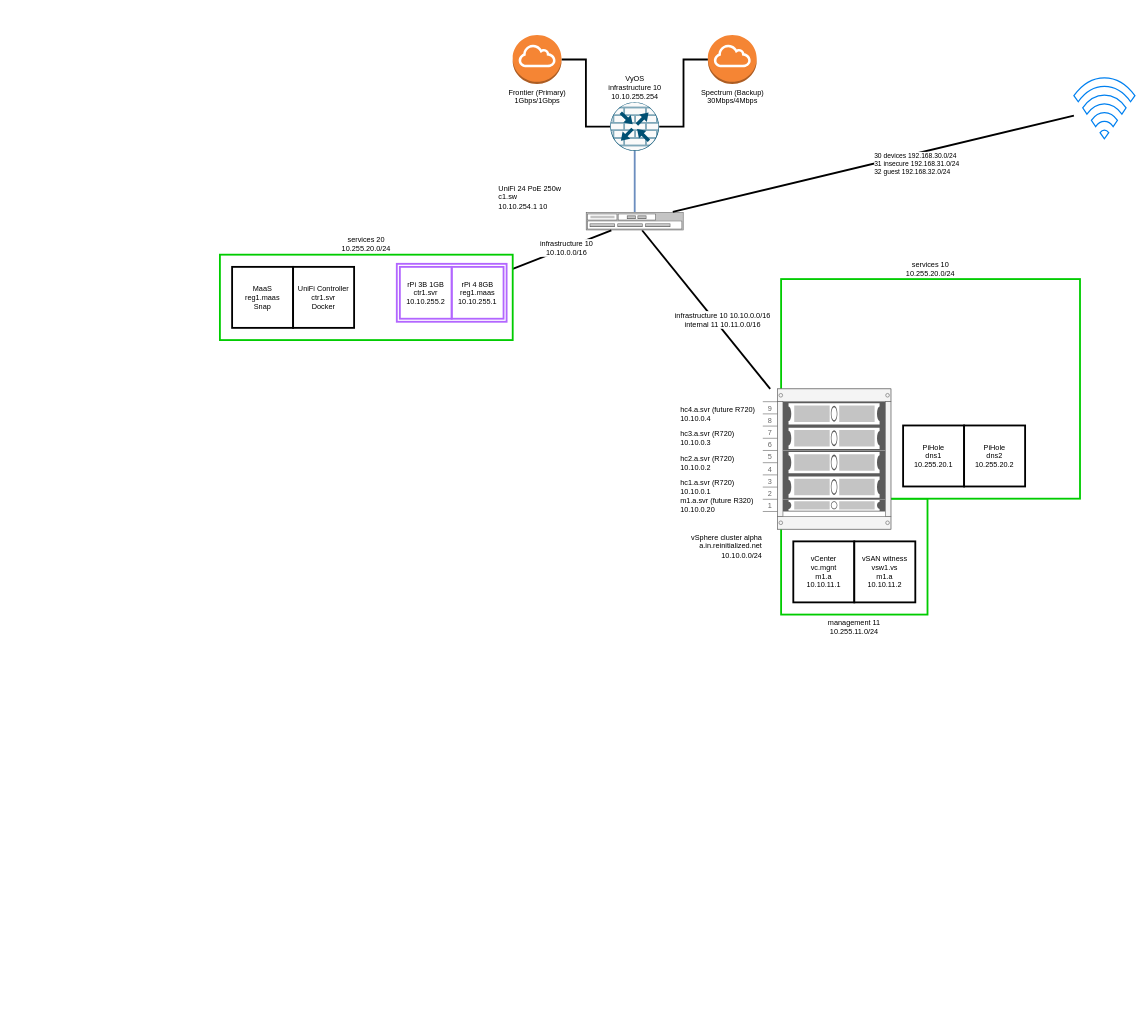
The draw.io diagram network map.drawio in reinitialized-studio/reinitialized.net, before the edit. Source tidied: cells renumbered, new cells numbered last; positions are measured from the earlier drawing's top-left corner, leaving out a move shared by most shapes. Both pictures are drawn from the tidied source at 61%, with x=0, y=0 at pixel (220, 35).
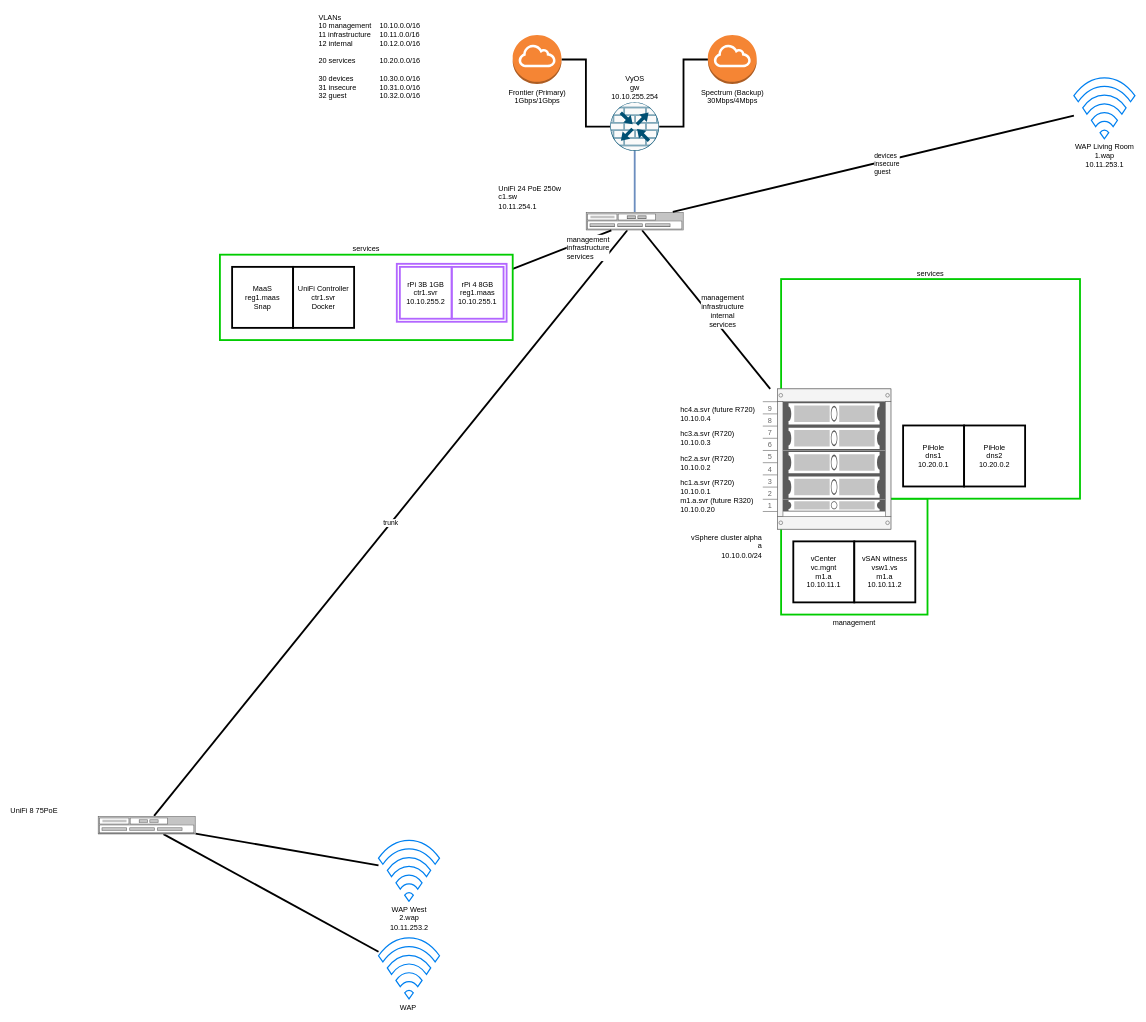
The same diagram, later.

Commit message:
checking in todays progress got distracted with WSB lol

Unchanged cells that the change refers to:
```xml
<mxCell id="10" style="edgeStyle=none;rounded=0;jettySize=auto;html=1;endArrow=none;endFill=0;strokeWidth=3;fontFamily=Comic Sans MS;fontSize=12;fontColor=#000000;" parent="1" edge="1" source="12" target="17">
  <mxGeometry relative="1" as="geometry" />
</mxCell>
<mxCell id="13" style="edgeStyle=none;rounded=0;jettySize=auto;html=1;endArrow=none;endFill=0;strokeWidth=3;fontFamily=Helvetica;fontSize=12;fontColor=#000000;" parent="1" edge="1" source="16" target="12">
  <mxGeometry relative="1" as="geometry" />
</mxCell>
```

Diff of the diagram source:
```diff
@@
-    <mxCell id="2" value="management 11&lt;br&gt;10.255.11.0/24" style="rounded=0;whiteSpace=wrap;html=1;fontFamily=Helvetica;fontSize=12;strokeWidth=3;labelBackgroundColor=#ffffff;labelPosition=center;verticalLabelPosition=bottom;align=center;verticalAlign=top;strokeColor=#00CC00;" parent="1" vertex="1">
+    <mxCell id="2" value="management" style="rounded=0;whiteSpace=wrap;html=1;fontFamily=Helvetica;fontSize=12;strokeWidth=3;labelBackgroundColor=#ffffff;labelPosition=center;verticalLabelPosition=bottom;align=center;verticalAlign=top;strokeColor=#00CC00;" parent="1" vertex="1">
       <mxGeometry x="920" y="760" width="240" height="190" as="geometry" />
     </mxCell>
-    <mxCell id="3" value="services 10&lt;br&gt;10.255.20.0/24" style="rounded=0;whiteSpace=wrap;html=1;fontFamily=Helvetica;fontSize=12;strokeWidth=3;labelBackgroundColor=#ffffff;labelPosition=center;verticalLabelPosition=top;align=center;verticalAlign=bottom;strokeColor=#00CC00;" parent="1" vertex="1">
+    <mxCell id="3" value="services" style="rounded=0;whiteSpace=wrap;html=1;fontFamily=Helvetica;fontSize=12;strokeWidth=3;labelBackgroundColor=#ffffff;labelPosition=center;verticalLabelPosition=top;align=center;verticalAlign=bottom;strokeColor=#00CC00;" parent="1" vertex="1">
       <mxGeometry x="920" y="400" width="490" height="360" as="geometry" />
     </mxCell>
@@
-    <mxCell id="9" value="VyOS&lt;br&gt;infrastructure 10&lt;br&gt;10.10.255.254" style="points=[[0.5,0,0],[1,0.5,0],[0.5,1,0],[0,0.5,0],[0.145,0.145,0],[0.8555,0.145,0],[0.855,0.8555,0],[0.145,0.855,0]];verticalLabelPosition=top;html=1;verticalAlign=bottom;align=center;shape=mxgraph.cisco19.rect;prIcon=router_with_firewall;fillColor=#FAFAFA;strokeColor=#005073;labelPosition=center;fontStyle=0;fontSize=12;fontFamily=Helvetica;" parent="1" vertex="1">
+    <mxCell id="9" value="VyOS&lt;br&gt;gw&lt;br&gt;10.10.255.254" style="points=[[0.5,0,0],[1,0.5,0],[0.5,1,0],[0,0.5,0],[0.145,0.145,0],[0.8555,0.145,0],[0.855,0.8555,0],[0.145,0.855,0]];verticalLabelPosition=top;html=1;verticalAlign=bottom;align=center;shape=mxgraph.cisco19.rect;prIcon=router_with_firewall;fillColor=#FAFAFA;strokeColor=#005073;labelPosition=center;fontStyle=0;fontSize=12;fontFamily=Helvetica;" parent="1" vertex="1">
       <mxGeometry x="640" y="110" width="80" height="80" as="geometry" />
     </mxCell>
@@
-    <mxCell id="11" value="infrastructure 10 10.10.0.0/16&lt;br&gt;internal 11 10.11.0.0/16&lt;br&gt;" style="edgeLabel;html=1;align=center;verticalAlign=bottom;fontSize=12;fontFamily=Helvetica;fontColor=#000000;labelPosition=center;verticalLabelPosition=top;" parent="10" vertex="1">
+    <mxCell id="11" value="management&lt;br&gt;infrastructure&lt;br&gt;internal&lt;br&gt;services" style="edgeLabel;html=1;align=center;verticalAlign=bottom;fontSize=12;fontFamily=Helvetica;fontColor=#000000;labelPosition=center;verticalLabelPosition=top;" parent="10" vertex="1">
       <mxGeometry x="0.25" relative="1" as="geometry" />
     </mxCell>
+    <mxCell id="33" value="trunk" style="edgeStyle=none;rounded=0;jettySize=auto;html=1;endArrow=none;endFill=0;strokeWidth=3;" parent="1" edge="1" source="12" target="38">
+      <mxGeometry relative="1" as="geometry" />
+    </mxCell>
-    <mxCell id="12" value="UniFi 24 PoE 250w&lt;br&gt;c1.sw&lt;br&gt;10.10.254.1 10" style="strokeColor=#666666;html=1;labelPosition=left;align=left;spacingLeft=15;shadow=0;dashed=0;outlineConnect=0;shape=mxgraph.rack.general.switches_1;perimeterSpacing=0;verticalLabelPosition=top;verticalAlign=bottom;" parent="1" vertex="1">
+    <mxCell id="12" value="UniFi 24 PoE 250w&lt;br&gt;c1.sw&lt;br&gt;10.11.254.1" style="strokeColor=#666666;html=1;labelPosition=left;align=left;spacingLeft=15;shadow=0;dashed=0;outlineConnect=0;shape=mxgraph.rack.general.switches_1;perimeterSpacing=0;verticalLabelPosition=top;verticalAlign=bottom;" parent="1" vertex="1">
       <mxGeometry x="600" y="290" width="160" height="30" as="geometry" />
     </mxCell>
@@
-    <mxCell id="14" value="infrastructure 10&lt;br&gt;10.10.0.0/16" style="edgeLabel;html=1;align=center;verticalAlign=middle;fontSize=12;fontFamily=Helvetica;fontColor=#000000;" parent="13" vertex="1">
+    <mxCell id="14" value="management&lt;br&gt;infrastructure&lt;br&gt;services" style="edgeLabel;html=1;align=left;verticalAlign=middle;fontSize=12;fontFamily=Helvetica;fontColor=#000000;labelPosition=center;verticalLabelPosition=middle;" parent="13" vertex="1">
       <mxGeometry x="0.14" y="2" relative="1" as="geometry">
         <mxPoint y="1" as="offset" />
       </mxGeometry>
     </mxCell>
-    <mxCell id="15" value="services 20&lt;br&gt;10.255.20.0/24" style="rounded=0;whiteSpace=wrap;html=1;fontFamily=Helvetica;fontSize=12;strokeWidth=3;labelBackgroundColor=#ffffff;labelPosition=center;verticalLabelPosition=top;align=center;verticalAlign=bottom;strokeColor=#00CC00;" parent="1" vertex="1">
+    <mxCell id="15" value="services" style="rounded=0;whiteSpace=wrap;html=1;fontFamily=Helvetica;fontSize=12;strokeWidth=3;labelBackgroundColor=#ffffff;labelPosition=center;verticalLabelPosition=top;align=center;verticalAlign=bottom;strokeColor=#00CC00;" parent="1" vertex="1">
       <mxGeometry y="360" width="480" height="140" as="geometry" />
     </mxCell>
@@
-    <mxCell id="17" value="vSphere cluster alpha&lt;br&gt;a.in.reinitialized.net&lt;br&gt;10.10.0.0/24" style="strokeColor=#666666;html=1;verticalLabelPosition=bottom;labelBackgroundColor=#ffffff;verticalAlign=top;outlineConnect=0;shadow=0;dashed=0;shape=mxgraph.rackGeneral.container;fillColor2=#f4f4f4;allowGaps=1;textColor=#666666;numDisp=ascend;labelPosition=left;align=right;" parent="1" vertex="1">
+    <mxCell id="17" value="vSphere cluster alpha&lt;br&gt;a&lt;br&gt;10.10.0.0/24" style="strokeColor=#666666;html=1;verticalLabelPosition=bottom;labelBackgroundColor=#ffffff;verticalAlign=top;outlineConnect=0;shadow=0;dashed=0;shape=mxgraph.rackGeneral.container;fillColor2=#f4f4f4;allowGaps=1;textColor=#666666;numDisp=ascend;labelPosition=left;align=right;" parent="1" vertex="1">
       <mxGeometry x="890" y="580" width="210" height="230" as="geometry" />
     </mxCell>
@@
-    <mxCell id="29" value="PiHole&lt;br&gt;dns1&lt;br&gt;10.255.20.1" style="whiteSpace=wrap;html=1;labelBackgroundColor=#ffffff;strokeWidth=3;fontFamily=Helvetica;fontSize=12;" parent="1" vertex="1">
+    <mxCell id="29" value="PiHole&lt;br&gt;dns1&lt;br&gt;10.20.0.1" style="whiteSpace=wrap;html=1;labelBackgroundColor=#ffffff;strokeWidth=3;fontFamily=Helvetica;fontSize=12;" parent="1" vertex="1">
       <mxGeometry x="1120" y="640" width="100" height="100" as="geometry" />
     </mxCell>
-    <mxCell id="30" value="PiHole&lt;br&gt;dns2&lt;br&gt;10.255.20.2" style="whiteSpace=wrap;html=1;labelBackgroundColor=#ffffff;strokeWidth=3;fontFamily=Helvetica;fontSize=12;" parent="1" vertex="1">
+    <mxCell id="30" value="PiHole&lt;br&gt;dns2&lt;br&gt;10.20.0.2" style="whiteSpace=wrap;html=1;labelBackgroundColor=#ffffff;strokeWidth=3;fontFamily=Helvetica;fontSize=12;" parent="1" vertex="1">
       <mxGeometry x="1220" y="640" width="100" height="100" as="geometry" />
     </mxCell>
-    <mxCell id="31" value="30 devices 192.168.30.0/24&lt;br&gt;31 insecure 192.168.31.0/24&lt;br&gt;32 guest 192.168.32.0/24" style="rounded=0;sketch=0;jettySize=auto;html=1;shadow=0;endArrow=none;endFill=0;strokeWidth=3;align=left;" parent="1" edge="1" source="32" target="12">
+    <mxCell id="31" value="devices&lt;br&gt;insecure&lt;br&gt;guest" style="rounded=0;sketch=0;jettySize=auto;html=1;shadow=0;endArrow=none;endFill=0;strokeWidth=3;align=left;" parent="1" edge="1" source="32" target="12">
       <mxGeometry relative="1" as="geometry" />
     </mxCell>
-    <mxCell id="32" style="html=1;verticalLabelPosition=bottom;align=center;labelBackgroundColor=#ffffff;verticalAlign=top;strokeWidth=2;strokeColor=#0080F0;shadow=0;dashed=0;shape=mxgraph.ios7.icons.wifi;fillColor=none;" parent="1" vertex="1">
+    <mxCell id="32" value="WAP Living Room&lt;br&gt;1.wap&lt;br&gt;10.11.253.1&lt;br&gt;" style="html=1;verticalLabelPosition=bottom;align=center;labelBackgroundColor=#ffffff;verticalAlign=top;strokeWidth=2;strokeColor=#0080F0;shadow=0;dashed=0;shape=mxgraph.ios7.icons.wifi;fillColor=none;" parent="1" vertex="1">
       <mxGeometry x="1400" y="70" width="100" height="100" as="geometry" />
     </mxCell>
+    <mxCell id="34" value="VLANs&lt;br&gt;10 management&lt;br&gt;11 infrastructure&lt;br&gt;12 internal&lt;br&gt;&lt;br&gt;20 services&lt;br&gt;&lt;br&gt;30 devices&lt;br&gt;31 insecure&lt;br&gt;32 guest" style="text;html=1;align=left;verticalAlign=middle;labelPosition=center;verticalLabelPosition=middle;" parent="1" vertex="1">
+      <mxGeometry x="160" y="-40" width="100" height="150" as="geometry" />
+    </mxCell>
+    <mxCell id="35" value="&lt;br&gt;10.10.0.0/16&lt;br&gt;10.11.0.0/16&lt;br&gt;10.12.0.0/16&lt;br&gt;&lt;br&gt;10.20.0.0/16&lt;br&gt;&lt;br&gt;10.30.0.0/16&lt;br&gt;10.31.0.0/16&lt;br&gt;10.32.0.0/16" style="text;html=1;align=left;verticalAlign=middle;labelPosition=center;verticalLabelPosition=middle;" parent="1" vertex="1">
+      <mxGeometry x="260" y="-40" width="80" height="150" as="geometry" />
+    </mxCell>
+    <mxCell id="36" style="edgeStyle=none;rounded=0;jettySize=auto;html=1;endArrow=none;endFill=0;strokeWidth=3;" parent="1" edge="1" source="38" target="39">
+      <mxGeometry relative="1" as="geometry" />
+    </mxCell>
+    <mxCell id="37" style="edgeStyle=none;rounded=0;jettySize=auto;html=1;endArrow=none;endFill=0;strokeWidth=3;" parent="1" edge="1" source="38" target="40">
+      <mxGeometry relative="1" as="geometry" />
+    </mxCell>
+    <mxCell id="38" value="UniFi 8 75PoE" style="strokeColor=#666666;html=1;labelPosition=left;align=left;spacingLeft=15;shadow=0;dashed=0;outlineConnect=0;shape=mxgraph.rack.general.switches_1;perimeterSpacing=0;verticalLabelPosition=top;verticalAlign=bottom;" parent="1" vertex="1">
+      <mxGeometry x="-200" y="1280" width="160" height="30" as="geometry" />
+    </mxCell>
+    <mxCell id="39" value="WAP West&lt;br&gt;2.wap&lt;br&gt;10.11.253.2" style="html=1;verticalLabelPosition=bottom;align=center;labelBackgroundColor=#ffffff;verticalAlign=top;strokeWidth=2;strokeColor=#0080F0;shadow=0;dashed=0;shape=mxgraph.ios7.icons.wifi;fillColor=none;" parent="1" vertex="1">
+      <mxGeometry x="260" y="1320" width="100" height="100" as="geometry" />
+    </mxCell>
+    <mxCell id="40" value="WAP&amp;nbsp;" style="html=1;verticalLabelPosition=bottom;align=center;labelBackgroundColor=#ffffff;verticalAlign=top;strokeWidth=2;strokeColor=#0080F0;shadow=0;dashed=0;shape=mxgraph.ios7.icons.wifi;fillColor=none;" parent="1" vertex="1">
+      <mxGeometry x="260" y="1480" width="100" height="100" as="geometry" />
+    </mxCell>
```
